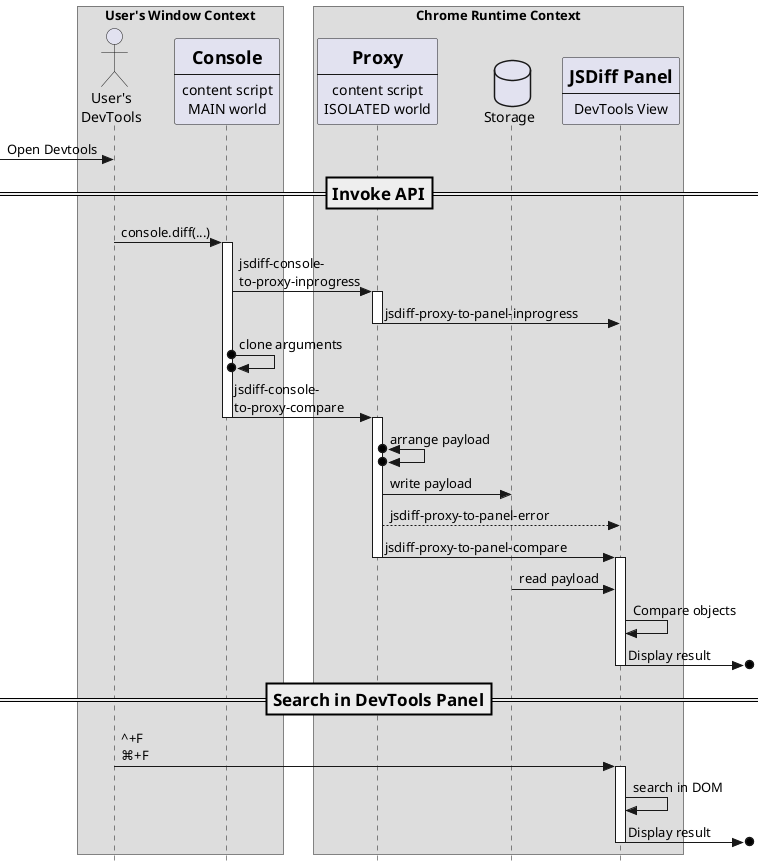
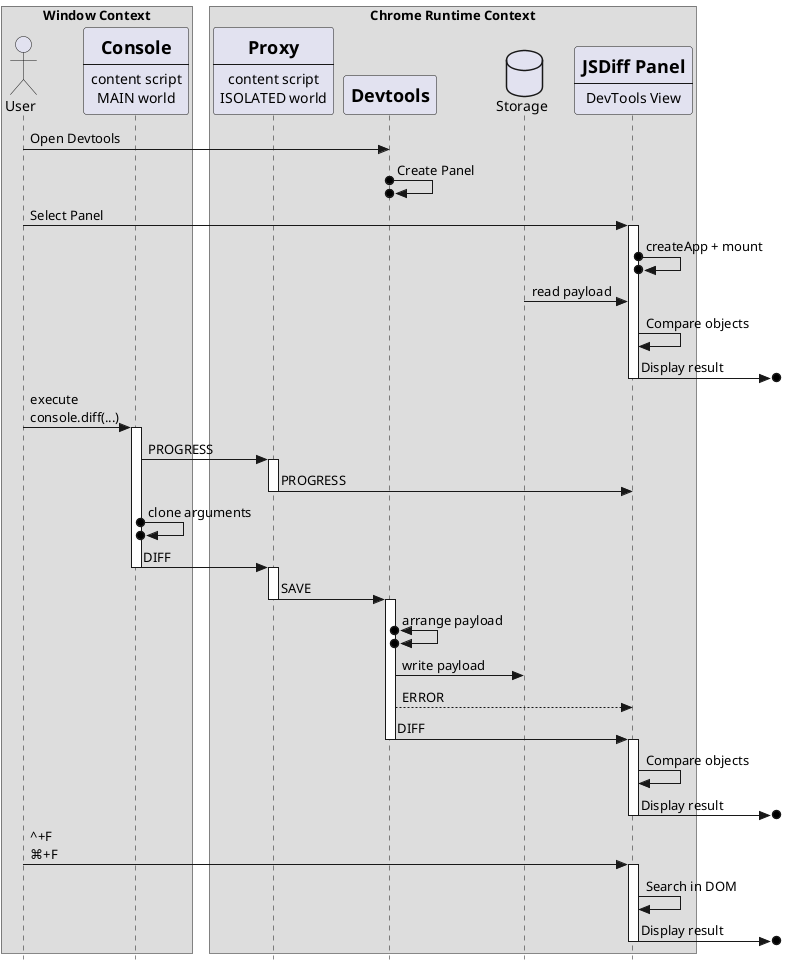
- @startuml Design
+ @startuml
skinparam style strictuml

- box "User's Window Context"
- actor "User's\nDevTools" as User
+ box "Window Context"
+ actor "User" as User
participant Console [
  =Console
  ----
  content script
  MAIN world
]
end box
box "Chrome Runtime Context"
participant Proxy [
  =Proxy
  ----
  content script
  ISOLATED world
]
+ participant Devtools [
+   =Devtools
+ ]
database Storage
participant Panel [
  =JSDiff Panel
  ----
  DevTools View
]
end box

- [-> User: Open Devtools
- === Invoke API ==
- 
- User -> Console: console.diff(...)
- 
- activate Console
- Console -> Proxy: jsdiff-console-\nto-proxy-inprogress
- activate Proxy
-   Proxy -> Panel: jsdiff-proxy-to-panel-inprogress
- deactivate Proxy
- Console o->o Console: clone arguments
- Console -> Proxy: jsdiff-console-\nto-proxy-compare
- deactivate Console
- 
- activate Proxy
- Proxy o<->o Proxy: arrange payload
- Proxy -> Storage: write payload
- Proxy --> Panel: jsdiff-proxy-to-panel-error
- Proxy -> Panel: jsdiff-proxy-to-panel-compare
- deactivate Proxy
+ User -> Devtools: Open Devtools
+ Devtools o->o Devtools: Create Panel
+ User -> Panel: Select Panel

activate Panel
+ Panel o->o Panel: createApp + mount
Storage -> Panel: read payload
Panel -> Panel: Compare objects
Panel ->o]: Display result
deactivate Panel

- === Search in DevTools Panel ==
+ User -> Console: execute\nconsole.diff(...)
+ 
+ activate Console
+ Console -> Proxy: PROGRESS
+ activate Proxy
+ Proxy -> Panel: PROGRESS
+ deactivate Proxy
+ Console o->o Console: clone arguments
+ Console -> Proxy: DIFF
+ deactivate Console
+ activate Proxy
+ Proxy -> Devtools: SAVE
+ deactivate Proxy
+ 
+ activate Devtools
+ Devtools o<->o Devtools: arrange payload
+ Devtools -> Storage: write payload
+ Devtools --> Panel: ERROR
+ Devtools -> Panel: DIFF
+ deactivate Devtools
+ 
+ activate Panel
+ Panel -> Panel: Compare objects
+ Panel ->o]: Display result
+ deactivate Panel
+ 
User -> Panel: ^+F\n⌘+F

activate Panel
- Panel -> Panel: search in DOM
+ Panel -> Panel: Search in DOM
Panel ->o]: Display result
deactivate Panel

@enduml
